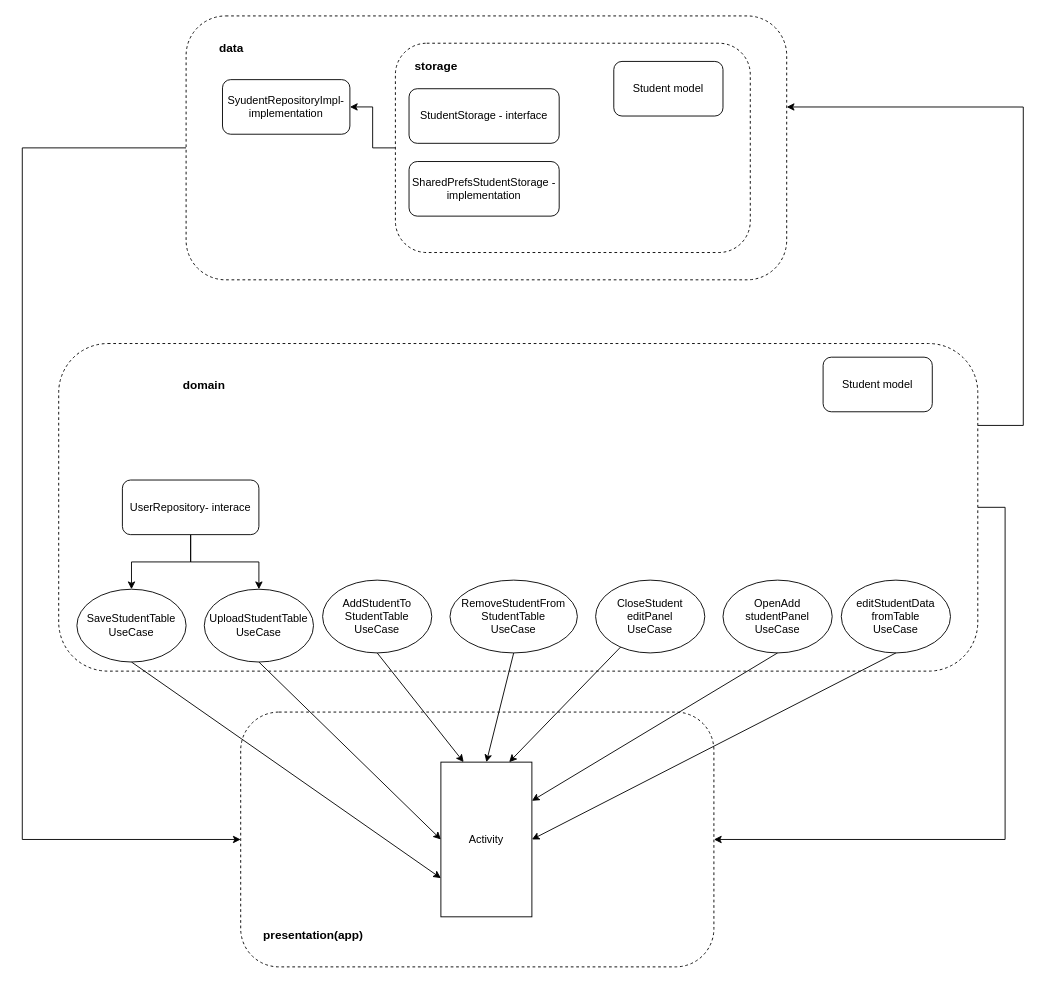
IP-115-Popov/StudentProgressAppMVVMClean keeps this draw.io diagram as UseCase.drawio. Above is the earlier version. Source tidied: cells renumbered, new cells numbered last; positions are measured from the earlier drawing's top-left corner, leaving out a move shared by most shapes. Both pictures are drawn from the tidied source at 91%, with x=0, y=0 at pixel (22, 15).
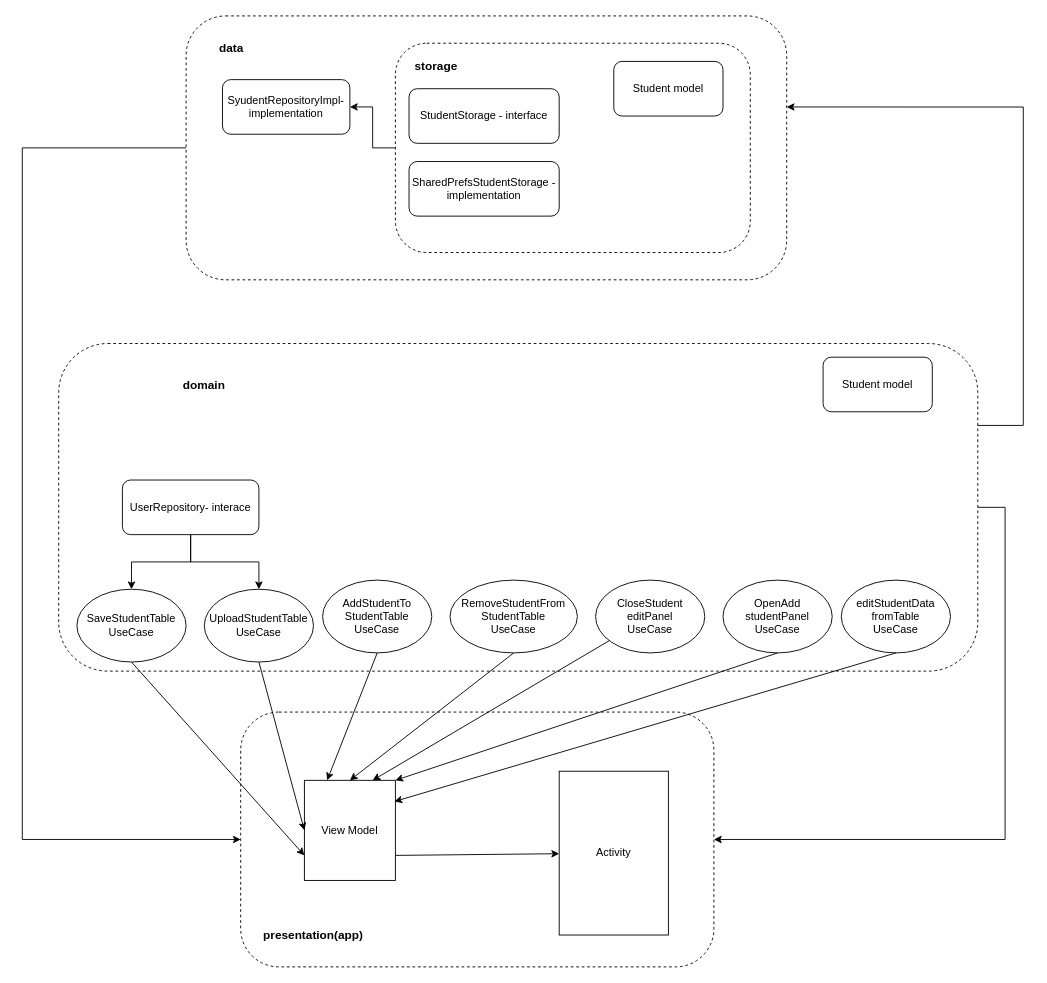
The same diagram, later.

Commit message:
Update UseCase diagram

Unchanged cells that the change refers to:
```xml
<mxCell id="15" value="editStudentData fromTable&lt;br&gt;UseCase" style="ellipse;whiteSpace=wrap;html=1;" parent="1" vertex="1">
  <mxGeometry x="900" y="620" width="120" height="80" as="geometry" />
</mxCell>
<mxCell id="34" value="OpenAdd studentPanel&lt;br&gt;UseCase" style="ellipse;whiteSpace=wrap;html=1;" parent="1" vertex="1">
  <mxGeometry x="770" y="620" width="120" height="80" as="geometry" />
</mxCell>
```

The edit, as a diff of the source:
```diff
@@
-    <mxCell id="7" value="Activity" style="rounded=0;whiteSpace=wrap;html=1;" parent="1" vertex="1">
-      <mxGeometry x="460" y="820" width="100" height="170" as="geometry" />
+    <mxCell id="7" value="View Model" style="rounded=0;whiteSpace=wrap;html=1;" parent="1" vertex="1">
+      <mxGeometry x="310" y="840" width="100" height="110" as="geometry" />
     </mxCell>
@@
-    <mxCell id="20" style="endArrow=classic;html=1;rounded=0;exitX=0.5;exitY=1;exitDx=0;exitDy=0;entryX=1;entryY=0.5;entryDx=0;entryDy=0;" parent="1" edge="1" source="15" target="7">
+    <mxCell id="20" style="endArrow=classic;html=1;rounded=0;exitX=0.5;exitY=1;exitDx=0;exitDy=0;entryX=0.989;entryY=0.212;entryDx=0;entryDy=0;entryPerimeter=0;" parent="1" edge="1" source="15" target="7">
       <mxGeometry relative="1" as="geometry" />
     </mxCell>
@@
-    <mxCell id="36" style="endArrow=classic;html=1;rounded=0;exitX=0.5;exitY=1;exitDx=0;exitDy=0;entryX=1;entryY=0.25;entryDx=0;entryDy=0;" parent="1" edge="1" source="34" target="7">
+    <mxCell id="36" style="endArrow=classic;html=1;rounded=0;exitX=0.5;exitY=1;exitDx=0;exitDy=0;entryX=1;entryY=0;entryDx=0;entryDy=0;" parent="1" edge="1" source="34" target="7">
       <mxGeometry relative="1" as="geometry" />
     </mxCell>
+    <mxCell id="37" value="Activity" style="rounded=0;whiteSpace=wrap;html=1;" parent="1" vertex="1">
+      <mxGeometry x="590" y="830" width="120" height="180" as="geometry" />
+    </mxCell>
+    <mxCell id="38" style="endArrow=classic;html=1;rounded=0;exitX=1;exitY=0.75;exitDx=0;exitDy=0;" parent="1" edge="1" source="7" target="37">
+      <mxGeometry relative="1" as="geometry" />
+    </mxCell>
```
